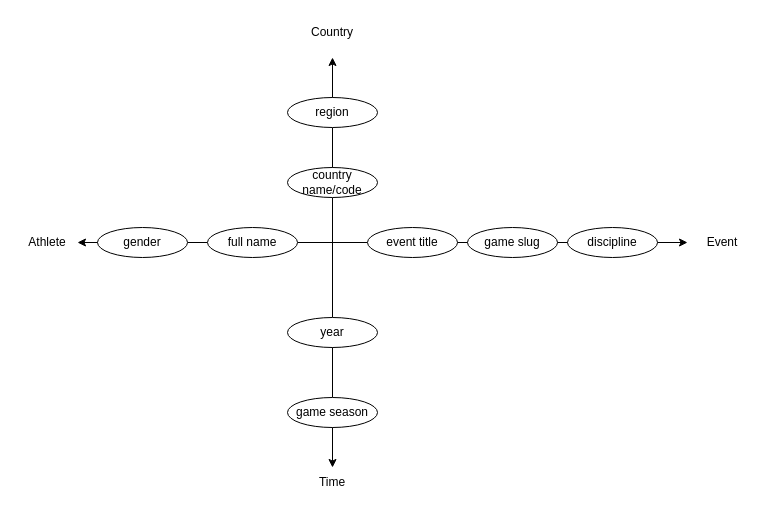
Before: Project 1/Starnet.drawio in fionahiiwx/CITS3201, a draw.io diagram. Source tidied: cells renumbered, new cells numbered last; positions are measured from the earlier drawing's top-left corner, leaving out a move shared by most shapes. Both pictures are drawn from the tidied source at 100%, with x=0, y=0 at pixel (17, 17).
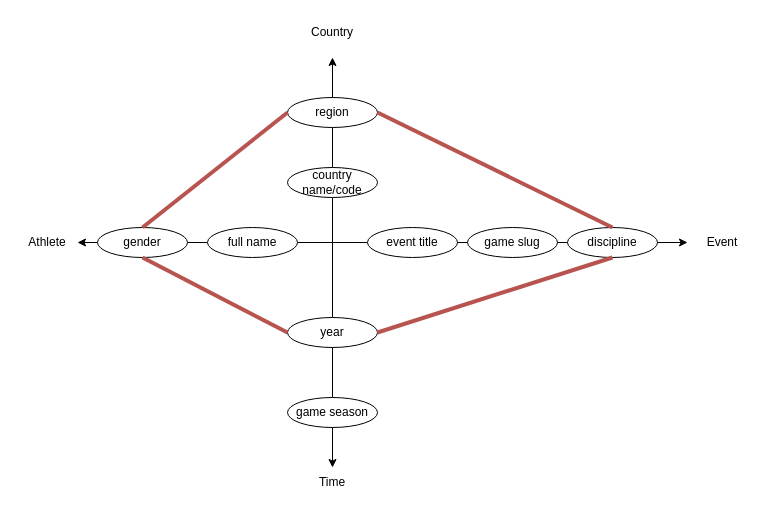
The same page after the edit.

The change refers to these unchanged cells:
```xml
<mxCell id="4" value="discipline" style="ellipse;whiteSpace=wrap;html=1;" parent="1" vertex="1">
  <mxGeometry x="550" y="210" width="90" height="30" as="geometry" />
</mxCell>
<mxCell id="10" value="region" style="ellipse;whiteSpace=wrap;html=1;" parent="1" vertex="1">
  <mxGeometry x="270" y="80" width="90" height="30" as="geometry" />
</mxCell>
<mxCell id="12" value="year" style="ellipse;whiteSpace=wrap;html=1;" parent="1" vertex="1">
  <mxGeometry x="270" y="300" width="90" height="30" as="geometry" />
</mxCell>
<mxCell id="17" value="gender" style="ellipse;whiteSpace=wrap;html=1;" parent="1" vertex="1">
  <mxGeometry x="80" y="210" width="90" height="30" as="geometry" />
</mxCell>
```

What changed in the source:
```diff
@@
+    <mxCell id="26" style="endArrow=none;html=1;rounded=0;strokeWidth=4;fillColor=#f8cecc;strokeColor=#b85450;exitX=1;exitY=0.5;exitDx=0;exitDy=0;entryX=0.5;entryY=1;entryDx=0;entryDy=0;" parent="1" edge="1" source="12" target="4">
+      <mxGeometry relative="1" as="geometry" />
+    </mxCell>
+    <mxCell id="27" style="endArrow=none;html=1;rounded=0;strokeWidth=4;fillColor=#f8cecc;strokeColor=#b85450;exitX=0;exitY=0.5;exitDx=0;exitDy=0;entryX=0.5;entryY=1;entryDx=0;entryDy=0;" parent="1" edge="1" source="12" target="17">
+      <mxGeometry relative="1" as="geometry" />
+    </mxCell>
+    <mxCell id="28" style="endArrow=none;html=1;rounded=0;strokeWidth=4;fillColor=#f8cecc;strokeColor=#b85450;exitX=0.5;exitY=0;exitDx=0;exitDy=0;entryX=0;entryY=0.5;entryDx=0;entryDy=0;" parent="1" edge="1" source="17" target="10">
+      <mxGeometry relative="1" as="geometry" />
+    </mxCell>
+    <mxCell id="29" style="endArrow=none;html=1;rounded=0;strokeWidth=4;fillColor=#f8cecc;strokeColor=#b85450;exitX=1;exitY=0.5;exitDx=0;exitDy=0;entryX=0.5;entryY=0;entryDx=0;entryDy=0;" parent="1" edge="1" source="10" target="4">
+      <mxGeometry relative="1" as="geometry" />
+    </mxCell>
```
